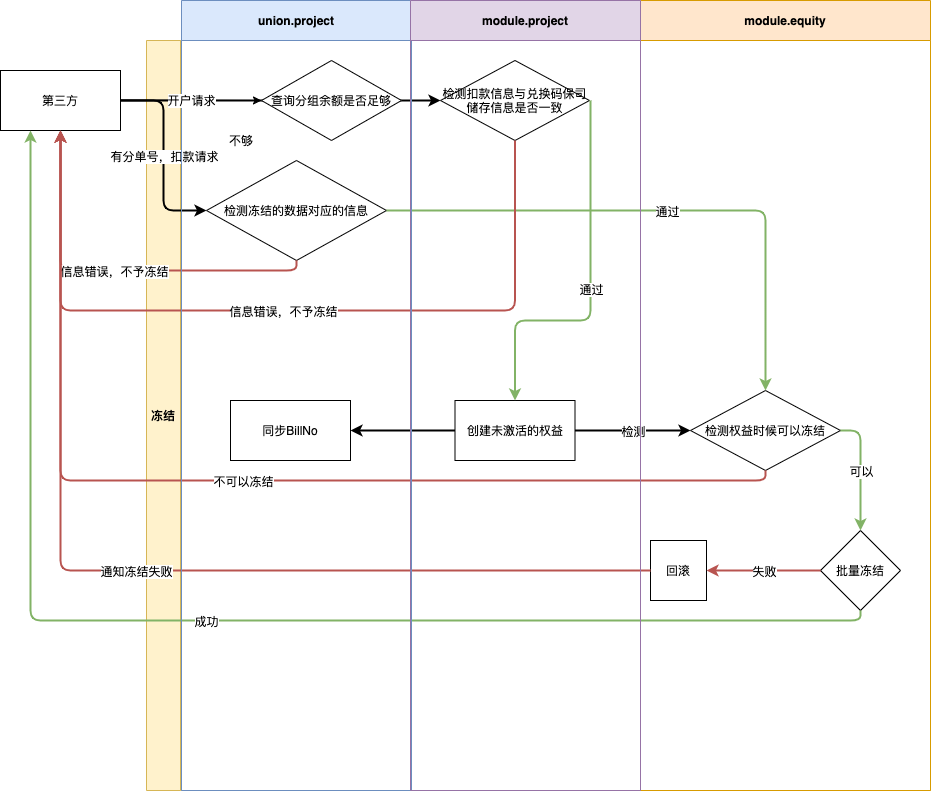
zuoqiang320/uniondrug keeps this draw.io diagram as 权益冻结.png. Above is the earlier version. Source tidied: cells renumbered, new cells last; positions are measured from the earlier drawing's top-left corner, leaving out a move shared by most shapes. The source it was exported from:
```xml
<mxGraphModel>
  <root>
    <mxCell id="0" />
    <mxCell id="1" parent="0" />
    <mxCell id="2" value="检测扣款信息与兑换码保司储存信息是否一致" style="rhombus;whiteSpace=wrap;html=1;startSize=34;strokeWidth=1;" parent="1" vertex="1">
      <mxGeometry x="440" y="60" width="149" height="80" as="geometry" />
    </mxCell>
    <mxCell id="3" style="edgeStyle=orthogonalEdgeStyle;rounded=0;jettySize=auto;html=1;exitX=0;exitY=0.5;exitDx=0;exitDy=0;strokeWidth=2;" parent="1" edge="1" source="4" target="40">
      <mxGeometry relative="1" as="geometry" />
    </mxCell>
    <mxCell id="4" value="创建未激活的权益" style="rounded=0;whiteSpace=wrap;html=1;startSize=34;strokeWidth=1;" parent="1" vertex="1">
      <mxGeometry x="454.5" y="400" width="120" height="60" as="geometry" />
    </mxCell>
    <mxCell id="5" style="endArrow=classic;html=1;strokeWidth=2;entryX=0.5;entryY=0;entryDx=0;entryDy=0;edgeStyle=orthogonalEdgeStyle;fillColor=#d5e8d4;strokeColor=#82b366;" parent="1" edge="1" target="4">
      <mxGeometry relative="1" as="geometry">
        <mxPoint x="590" y="100" as="sourcePoint" />
        <Array as="points">
          <mxPoint x="590" y="320" />
          <mxPoint x="515" y="320" />
        </Array>
      </mxGeometry>
    </mxCell>
    <mxCell id="6" value="通过" style="edgeLabel;html=1;align=center;verticalAlign=middle;" parent="5" vertex="1">
      <mxGeometry relative="1" as="geometry" />
    </mxCell>
    <mxCell id="7" value="检测冻结的数据对应的信息" style="rhombus;whiteSpace=wrap;html=1;startSize=34;strokeWidth=1;" parent="1" vertex="1">
      <mxGeometry x="206" y="160" width="180" height="100" as="geometry" />
    </mxCell>
    <mxCell id="8" value="检测权益时候可以冻结" style="rhombus;whiteSpace=wrap;html=1;startSize=34;strokeWidth=1;" parent="1" vertex="1">
      <mxGeometry x="690" y="390" width="150" height="80" as="geometry" />
    </mxCell>
    <mxCell id="9" value="批量冻结" style="rhombus;whiteSpace=wrap;html=1;startSize=34;strokeWidth=1;" parent="1" vertex="1">
      <mxGeometry x="820" y="530" width="80" height="80" as="geometry" />
    </mxCell>
    <mxCell id="10" value="冻结" style="swimlane;direction=north;fillColor=#fff2cc;strokeColor=#d6b656;startSize=34;verticalAlign=middle;" parent="1" vertex="1">
      <mxGeometry x="146" y="40" width="784" height="750" as="geometry" />
    </mxCell>
    <mxCell id="11" style="endArrow=classic;html=1;strokeWidth=2;exitX=1;exitY=0.5;exitDx=0;exitDy=0;" parent="10" edge="1" source="4">
      <mxGeometry relative="1" as="geometry">
        <mxPoint x="544" y="390" as="targetPoint" />
      </mxGeometry>
    </mxCell>
    <mxCell id="12" value="检测" style="edgeLabel;html=1;align=center;verticalAlign=middle;" parent="11" vertex="1">
      <mxGeometry relative="1" as="geometry" />
    </mxCell>
    <mxCell id="13" value="回滚" style="rounded=0;whiteSpace=wrap;html=1;startSize=34;strokeWidth=1;" parent="10" vertex="1">
      <mxGeometry x="504" y="500" width="56" height="60" as="geometry" />
    </mxCell>
    <mxCell id="14" value="第三方" style="whiteSpace=wrap;html=1;align=center;newEdgeStyle={&quot;edgeStyle&quot;:&quot;elbowEdgeStyle&quot;,&quot;startArrow&quot;:&quot;none&quot;,&quot;endArrow&quot;:&quot;none&quot;};" parent="1" vertex="1">
      <mxGeometry y="70" width="120" height="60" as="geometry" />
    </mxCell>
    <mxCell id="15" style="endArrow=classic;html=1;strokeWidth=2;exitX=0.5;exitY=1;exitDx=0;exitDy=0;entryX=0.5;entryY=1;entryDx=0;entryDy=0;edgeStyle=orthogonalEdgeStyle;fillColor=#f8cecc;strokeColor=#b85450;" parent="1" edge="1" source="7" target="14">
      <mxGeometry relative="1" as="geometry" />
    </mxCell>
    <mxCell id="16" value="信息错误，不予冻结" style="edgeLabel;html=1;align=center;verticalAlign=middle;" parent="15" vertex="1">
      <mxGeometry relative="1" as="geometry" />
    </mxCell>
    <mxCell id="17" style="endArrow=classic;html=1;strokeWidth=2;exitX=1;exitY=0.5;exitDx=0;exitDy=0;entryX=0.5;entryY=0;entryDx=0;entryDy=0;edgeStyle=orthogonalEdgeStyle;fillColor=#d5e8d4;strokeColor=#82b366;" parent="1" edge="1" source="7" target="8">
      <mxGeometry relative="1" as="geometry" />
    </mxCell>
    <mxCell id="18" value="通过" style="edgeLabel;html=1;align=center;verticalAlign=middle;" parent="17" vertex="1">
      <mxGeometry relative="1" as="geometry" />
    </mxCell>
    <mxCell id="19" style="endArrow=classic;html=1;strokeWidth=2;edgeStyle=orthogonalEdgeStyle;entryX=0;entryY=0.5;entryDx=0;entryDy=0;" parent="1" edge="1" target="7">
      <mxGeometry relative="1" as="geometry">
        <mxPoint x="120" y="100" as="sourcePoint" />
      </mxGeometry>
    </mxCell>
    <mxCell id="20" value="有分单号，扣款请求" style="edgeLabel;html=1;align=center;verticalAlign=middle;" parent="19" vertex="1">
      <mxGeometry relative="1" as="geometry" />
    </mxCell>
    <mxCell id="21" style="endArrow=classic;html=1;strokeWidth=2;entryX=0;entryY=0.5;entryDx=0;entryDy=0;" parent="1" edge="1" target="2">
      <mxGeometry relative="1" as="geometry">
        <mxPoint x="120" y="100" as="sourcePoint" />
      </mxGeometry>
    </mxCell>
    <mxCell id="22" style="endArrow=classic;html=1;strokeWidth=2;exitX=0.5;exitY=1;exitDx=0;exitDy=0;edgeStyle=orthogonalEdgeStyle;entryX=0.5;entryY=1;entryDx=0;entryDy=0;fillColor=#f8cecc;strokeColor=#b85450;" parent="1" edge="1" source="2" target="14">
      <mxGeometry relative="1" as="geometry">
        <Array as="points">
          <mxPoint x="515" y="310" />
          <mxPoint x="60" y="310" />
        </Array>
      </mxGeometry>
    </mxCell>
    <mxCell id="23" value="信息错误，不予冻结" style="edgeLabel;html=1;align=center;verticalAlign=middle;" parent="22" vertex="1">
      <mxGeometry relative="1" as="geometry" />
    </mxCell>
    <mxCell id="24" style="endArrow=classic;html=1;strokeWidth=2;exitX=1;exitY=0.5;exitDx=0;exitDy=0;edgeStyle=orthogonalEdgeStyle;fillColor=#d5e8d4;strokeColor=#82b366;" parent="1" edge="1" source="8">
      <mxGeometry relative="1" as="geometry">
        <mxPoint x="860" y="530" as="targetPoint" />
      </mxGeometry>
    </mxCell>
    <mxCell id="25" value="可以" style="edgeLabel;html=1;align=center;verticalAlign=middle;" parent="24" vertex="1">
      <mxGeometry relative="1" as="geometry" />
    </mxCell>
    <mxCell id="26" style="endArrow=classic;html=1;strokeWidth=2;exitX=0.5;exitY=1;exitDx=0;exitDy=0;entryX=0.5;entryY=1;entryDx=0;entryDy=0;edgeStyle=orthogonalEdgeStyle;fillColor=#f8cecc;strokeColor=#b85450;" parent="1" edge="1" source="8" target="14">
      <mxGeometry relative="1" as="geometry" />
    </mxCell>
    <mxCell id="27" value="不可以冻结" style="edgeLabel;html=1;align=center;verticalAlign=middle;" parent="26" vertex="1">
      <mxGeometry relative="1" as="geometry" />
    </mxCell>
    <mxCell id="28" style="endArrow=classic;html=1;strokeWidth=2;entryX=1;entryY=0.5;entryDx=0;entryDy=0;fillColor=#f8cecc;strokeColor=#b85450;" parent="1" edge="1" target="13">
      <mxGeometry relative="1" as="geometry">
        <mxPoint x="820" y="570" as="sourcePoint" />
      </mxGeometry>
    </mxCell>
    <mxCell id="29" value="失败" style="edgeLabel;html=1;align=center;verticalAlign=middle;" parent="28" vertex="1">
      <mxGeometry relative="1" as="geometry" />
    </mxCell>
    <mxCell id="30" style="endArrow=classic;html=1;strokeWidth=2;exitX=0;exitY=0.5;exitDx=0;exitDy=0;entryX=0.5;entryY=1;entryDx=0;entryDy=0;edgeStyle=orthogonalEdgeStyle;fillColor=#f8cecc;strokeColor=#b85450;" parent="1" edge="1" source="13" target="14">
      <mxGeometry relative="1" as="geometry" />
    </mxCell>
    <mxCell id="31" value="通知冻结失败" style="edgeLabel;html=1;align=center;verticalAlign=middle;" parent="30" vertex="1">
      <mxGeometry relative="1" as="geometry" />
    </mxCell>
    <mxCell id="32" style="endArrow=classic;html=1;strokeWidth=2;exitX=0.5;exitY=1;exitDx=0;exitDy=0;entryX=0.25;entryY=1;entryDx=0;entryDy=0;edgeStyle=orthogonalEdgeStyle;fillColor=#d5e8d4;strokeColor=#82b366;" parent="1" edge="1" source="9" target="14">
      <mxGeometry relative="1" as="geometry" />
    </mxCell>
    <mxCell id="33" value="成功" style="edgeLabel;html=1;align=center;verticalAlign=middle;" parent="32" vertex="1">
      <mxGeometry relative="1" as="geometry" />
    </mxCell>
    <mxCell id="34" value="module.equity" style="swimlane;startSize=40;fillColor=#ffe6cc;strokeColor=#d79b00;" parent="1" vertex="1">
      <mxGeometry x="640" width="290" height="790" as="geometry" />
    </mxCell>
    <mxCell id="35" value="union.project" style="swimlane;startSize=40;fillColor=#dae8fc;strokeColor=#6c8ebf;" parent="1" vertex="1">
      <mxGeometry x="181" width="230" height="790" as="geometry" />
    </mxCell>
    <mxCell id="36" style="endArrow=classic;html=1;entryX=0;entryY=0.5;entryDx=0;entryDy=0;" parent="35" edge="1" target="39">
      <mxGeometry relative="1" as="geometry">
        <mxPoint x="-60" y="99.5" as="sourcePoint" />
      </mxGeometry>
    </mxCell>
    <mxCell id="37" value="开户请求" style="edgeLabel;html=1;align=center;verticalAlign=middle;" parent="36" vertex="1">
      <mxGeometry relative="1" as="geometry" />
    </mxCell>
    <mxCell id="38" value="不够" style="text;html=1;strokeColor=none;fillColor=none;align=center;verticalAlign=middle;whiteSpace=wrap;rounded=0;" parent="35" vertex="1">
      <mxGeometry x="40" y="130" width="40" height="20" as="geometry" />
    </mxCell>
    <mxCell id="39" value="查询分组余额是否足够" style="rhombus;whiteSpace=wrap;html=1;" parent="35" vertex="1">
      <mxGeometry x="80" y="60" width="140" height="80" as="geometry" />
    </mxCell>
    <mxCell id="40" value="同步BillNo" style="rounded=0;whiteSpace=wrap;html=1;" parent="35" vertex="1">
      <mxGeometry x="49" y="400" width="120" height="60" as="geometry" />
    </mxCell>
    <mxCell id="41" value="module.project" style="swimlane;startSize=40;fillColor=#e1d5e7;strokeColor=#9673a6;strokeWidth=1;" parent="1" vertex="1">
      <mxGeometry x="410" width="230" height="790" as="geometry" />
    </mxCell>
  </root>
</mxGraphModel>
```
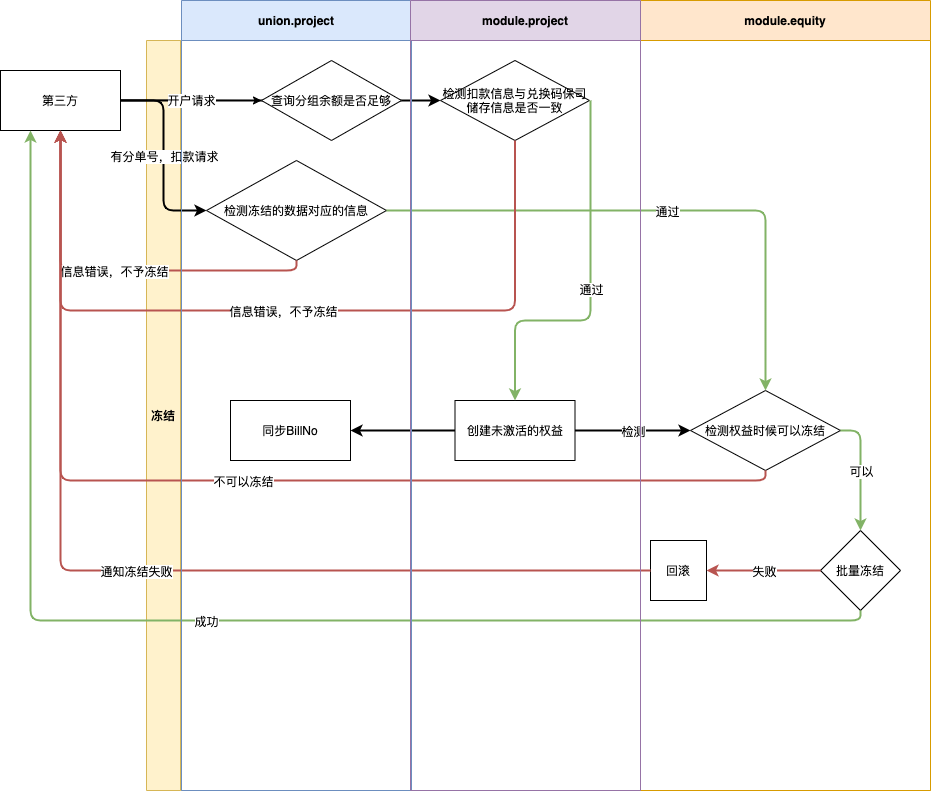
Later version of the same file.

Commit message:
更新权益冻结.png

The edit, as a diff of the source:
```diff
@@ -133,9 +133,6 @@
     <mxCell id="37" value="开户请求" style="edgeLabel;html=1;align=center;verticalAlign=middle;" parent="36" vertex="1">
       <mxGeometry relative="1" as="geometry" />
     </mxCell>
-    <mxCell id="38" value="不够" style="text;html=1;strokeColor=none;fillColor=none;align=center;verticalAlign=middle;whiteSpace=wrap;rounded=0;" parent="35" vertex="1">
-      <mxGeometry x="40" y="130" width="40" height="20" as="geometry" />
-    </mxCell>
     <mxCell id="39" value="查询分组余额是否足够" style="rhombus;whiteSpace=wrap;html=1;" parent="35" vertex="1">
       <mxGeometry x="80" y="60" width="140" height="80" as="geometry" />
     </mxCell>
```
